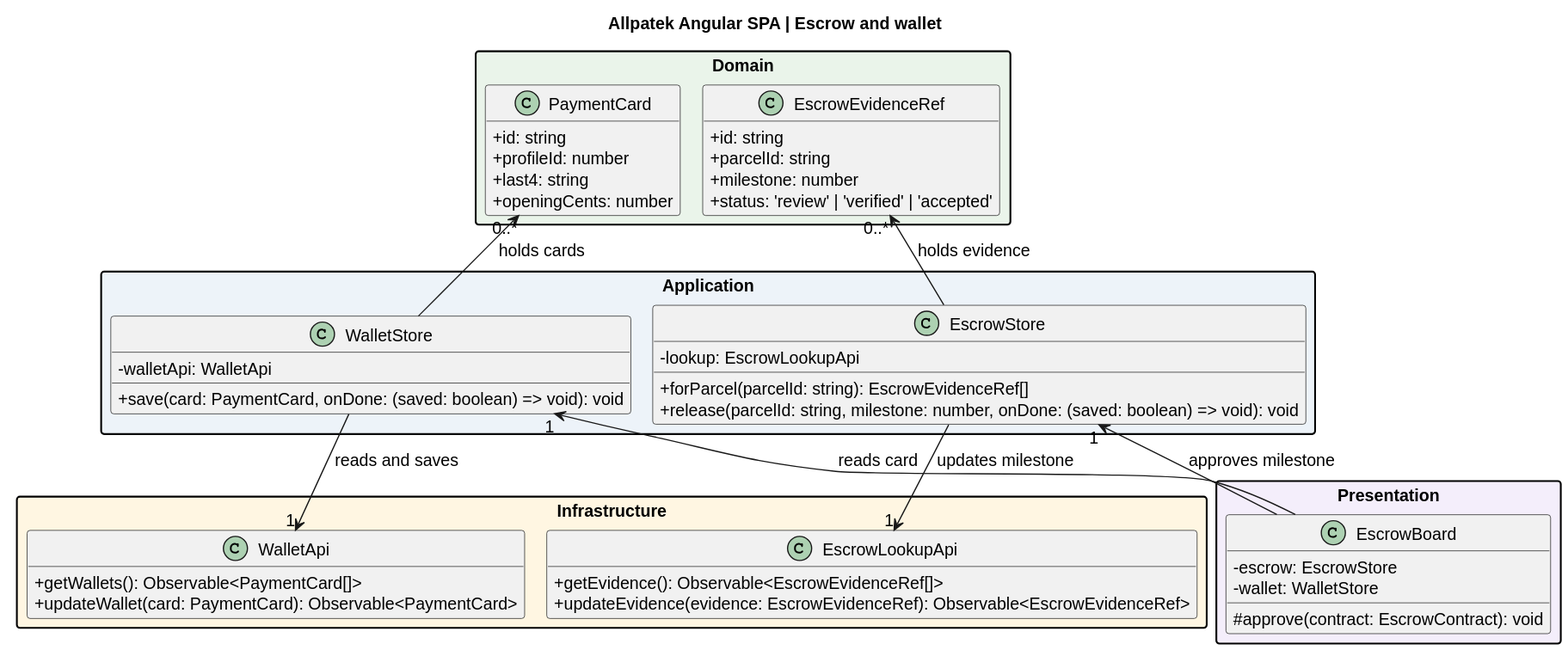
Above: assets/chapter-04/architecture/web-classes-escrow.svg in upc-pre-202620-1asi0729-7753-Terranova/allpatek-report (PlantUML), before the change.
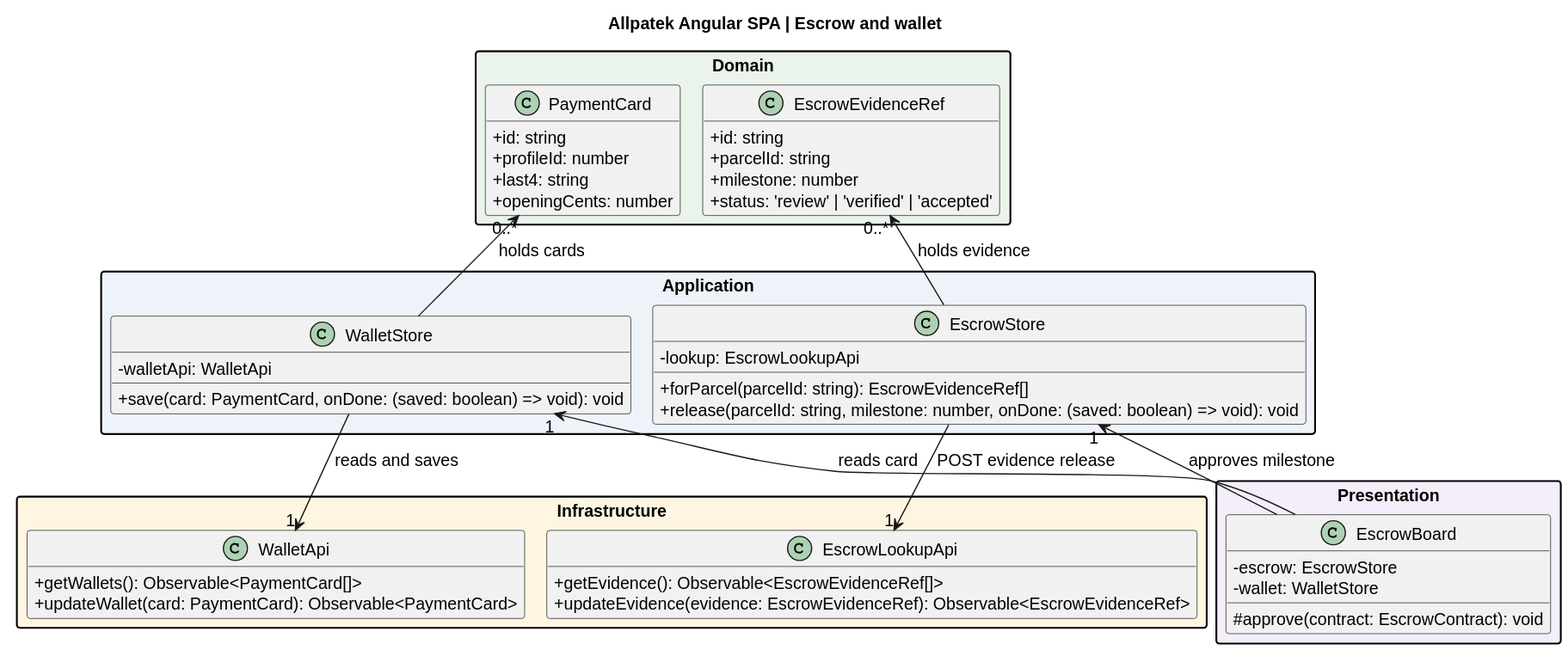
After the commit.

Commit message:
docs(uml): show the release request from the Angular vault

Diff of the diagram source:
```diff
@@ -53,7 +53,7 @@
 WalletStore -up-> "0..*" PaymentCard : holds cards
 EscrowStore -up-> "0..*" EscrowEvidenceRef : holds evidence
 WalletStore --> "1" WalletApi : reads and saves
-EscrowStore --> "1" EscrowLookupApi : updates milestone
+EscrowStore --> "1" EscrowLookupApi : POST evidence release
 EscrowBoard -up-> "1" WalletStore : reads card
 EscrowBoard -up-> "1" EscrowStore : approves milestone
 @enduml
```
